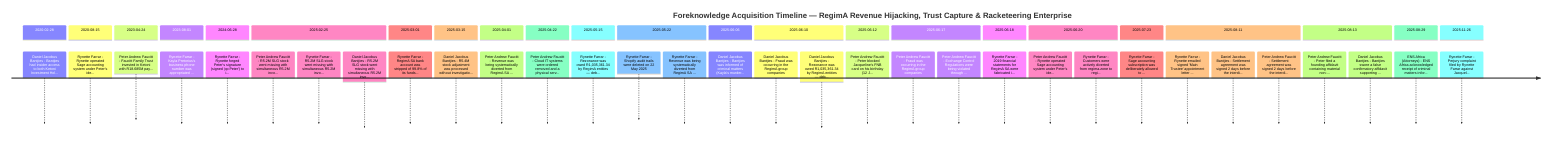
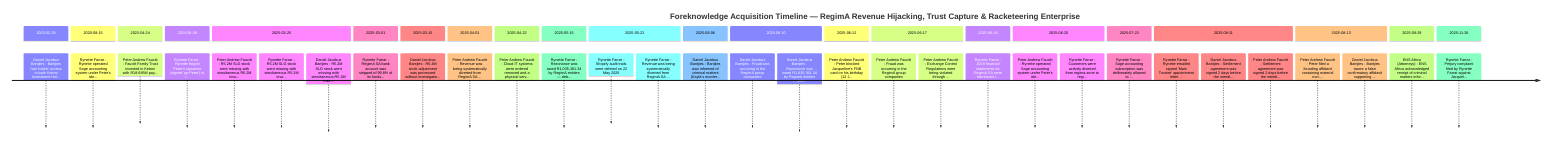
timeline
    title Foreknowledge Acquisition Timeline — RegimA Revenue Hijacking, Trust Capture & Racketeering Enterprise
    section 2020-02-28
        Daniel Jacobus Bantjies - Bantjies had insider access to both Ketoni Investment Hol...
    section 2020-08-15
        Rynette Farrar - Rynette operated Sage accounting system under Peter's ide...
    section 2023-04-24
        Peter Andrew Faucitt - Faucitt Family Trust invested in Ketoni with R18.685M pay...
-     section 2023-08-01
-         Rynette Farrar - Kayla Pretorius's business phone number was appropriated ...
    section 2024-06-28
        Rynette Farrar - Rynette forged Peter's signature (signed 'pp Peter') to i...
    section 2025-02-25
        Peter Andrew Faucitt - R5.2M SLG stock went missing with simultaneous R5.2M invo...
        Rynette Farrar - R5.2M SLG stock went missing with simultaneous R5.2M invo...
        Daniel Jacobus Bantjies - R5.2M SLG stock went missing with simultaneous R5.2M invo...
    section 2025-03-01
        Rynette Farrar - RegimA SA bank account was stripped of 99.8% of its funds...
    section 2025-03-15
        Daniel Jacobus Bantjies - R5.4M stock adjustment was processed without investigatio...
    section 2025-04-01
        Peter Andrew Faucitt - Revenue was being systematically diverted from RegimA SA ...
    section 2025-04-22
        Peter Andrew Faucitt - Cloud IT systems were ordered removed and a physical serv...
    section 2025-05-15
        Rynette Farrar - Rezonance was owed R1,035,361.34 by RegimA entities — deb...
    section 2025-05-22
        Rynette Farrar - Shopify audit trails were deleted on 22 May 2025
        Rynette Farrar - Revenue was being systematically diverted from RegimA SA ...
    section 2025-06-06
        Daniel Jacobus Bantjies - Bantjies was informed of criminal matters (Kayla's murder...
    section 2025-06-10
        Daniel Jacobus Bantjies - Fraud was occurring in the RegimA group companies
        Daniel Jacobus Bantjies - Rezonance was owed R1,035,361.34 by RegimA entities — deb...
    section 2025-06-12
        Peter Andrew Faucitt - Peter blocked Jacqueline's FNB card on his birthday (12 J...
    section 2025-06-17
        Peter Andrew Faucitt - Fraud was occurring in the RegimA group companies
        Peter Andrew Faucitt - Exchange Control Regulations were being violated through ...
    section 2025-06-18
        Rynette Farrar - 2019 financial statements for RegimA SA were fabricated i...
    section 2025-06-20
        Peter Andrew Faucitt - Rynette operated Sage accounting system under Peter's ide...
        Rynette Farrar - Customers were actively diverted from regima.zone to regi...
    section 2025-07-23
        Rynette Farrar - Sage accounting subscription was deliberately allowed to ...
    section 2025-08-11
        Rynette Farrar - Rynette emailed signed 'Main Trustee' appointment letter ...
        Daniel Jacobus Bantjies - Settlement agreement was signed 2 days before the interdi...
        Peter Andrew Faucitt - Settlement agreement was signed 2 days before the interdi...
    section 2025-08-13
        Peter Andrew Faucitt - Peter filed a founding affidavit containing material non-...
        Daniel Jacobus Bantjies - Bantjies swore a false confirmatory affidavit supporting ...
    section 2025-08-29
        ENS Africa (Attorneys) - ENS Africa acknowledged receipt of criminal matters infor...
    section 2025-11-26
        Rynette Farrar - Perjury complaint filed by Rynette Farrar against Jacquel...